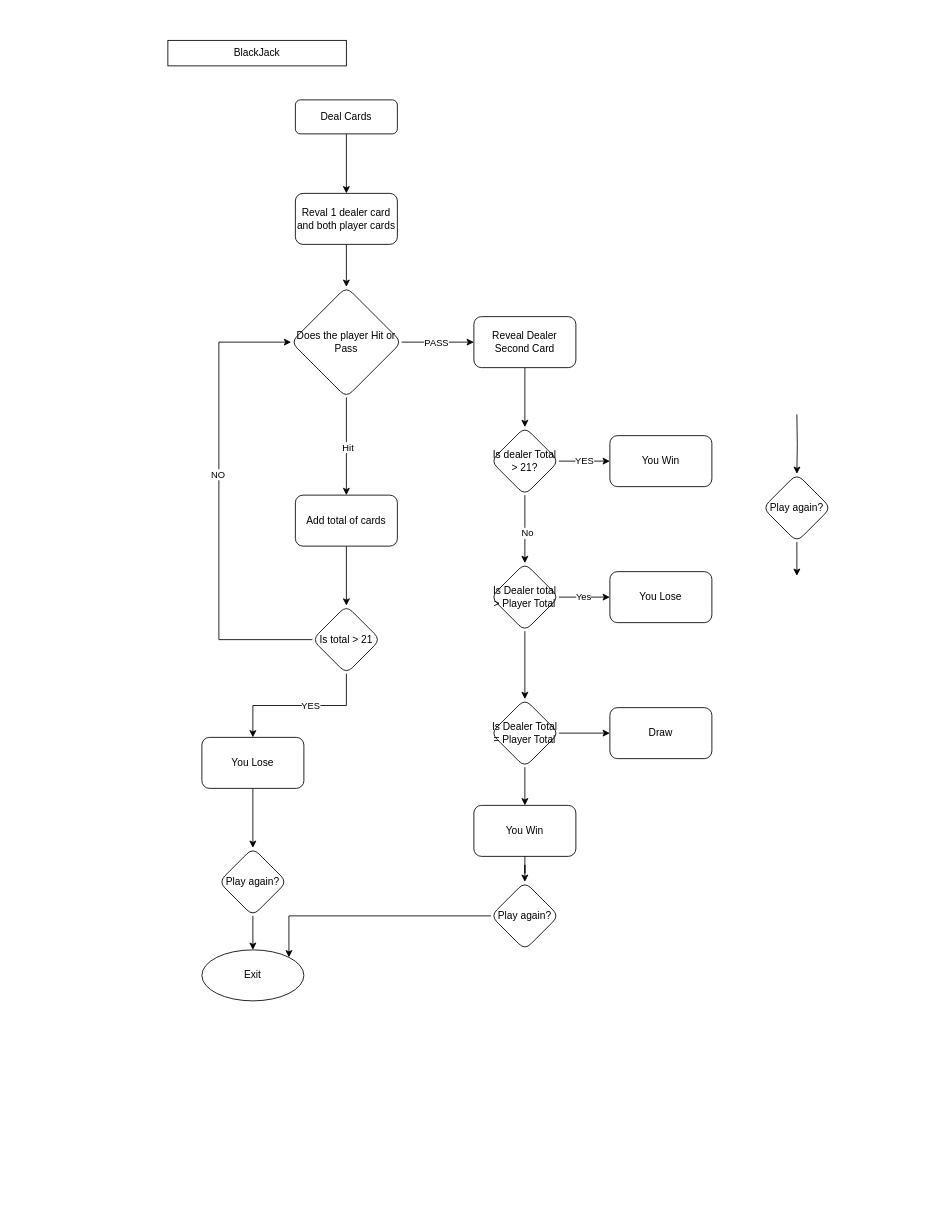
Before: Untitled Diagram.drawio in andoski99/andoski99, a draw.io diagram. Source tidied: cells renumbered, new cells numbered last; positions are measured from the earlier drawing's top-left corner, leaving out a move shared by most shapes. Both pictures are drawn from the tidied source at 85%, with x=0, y=0 at pixel (167, 40).
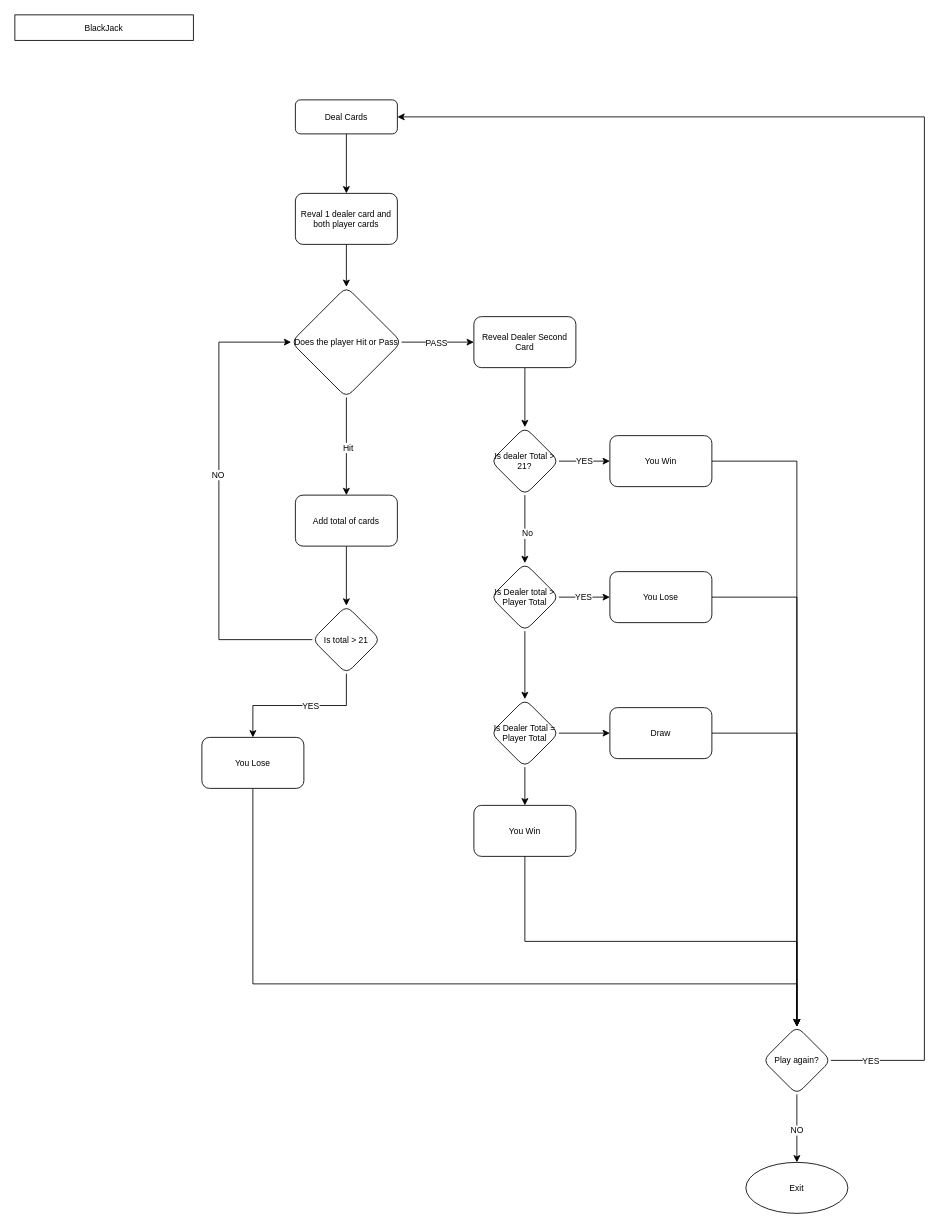
Above is the later version.

What changed in the source:
```diff
@@
-    <mxCell id="2" style="edgeStyle=orthogonalEdgeStyle;rounded=0;jettySize=auto;html=1;" parent="1" edge="1" source="3" target="6">
+    <mxCell id="2" style="edgeStyle=orthogonalEdgeStyle;rounded=0;jettySize=auto;html=1;fontSize=10;" parent="1" edge="1" source="3" target="6">
       <mxGeometry relative="1" as="geometry" />
     </mxCell>
-    <mxCell id="3" value="Deal Cards" style="rounded=1;whiteSpace=wrap;html=1;fontSize=12;glass=0;strokeWidth=1;shadow=0;" parent="1" vertex="1">
+    <mxCell id="3" value="Deal Cards" style="rounded=1;whiteSpace=wrap;html=1;fontSize=10;glass=0;strokeWidth=1;shadow=0;" parent="1" vertex="1">
       <mxGeometry x="150" y="70" width="120" height="40" as="geometry" />
     </mxCell>
-    <mxCell id="4" value="BlackJack" style="rounded=0;whiteSpace=wrap;html=1;" parent="1" vertex="1">
-      <mxGeometry width="210" height="30" as="geometry" />
+    <mxCell id="4" value="BlackJack" style="rounded=0;whiteSpace=wrap;html=1;fontSize=10;" parent="1" vertex="1">
+      <mxGeometry x="-180" y="-30" width="210" height="30" as="geometry" />
     </mxCell>
-    <mxCell id="5" style="edgeStyle=orthogonalEdgeStyle;rounded=0;jettySize=auto;html=1;" parent="1" edge="1" source="6" target="11">
+    <mxCell id="5" style="edgeStyle=orthogonalEdgeStyle;rounded=0;jettySize=auto;html=1;fontSize=10;" parent="1" edge="1" source="6" target="11">
       <mxGeometry relative="1" as="geometry" />
     </mxCell>
-    <mxCell id="6" value="Reval 1 dealer card and both player cards" style="whiteSpace=wrap;html=1;rounded=1;glass=0;strokeWidth=1;shadow=0;" parent="1" vertex="1">
+    <mxCell id="6" value="Reval 1 dealer card and both player cards" style="whiteSpace=wrap;html=1;rounded=1;glass=0;strokeWidth=1;shadow=0;fontSize=10;" parent="1" vertex="1">
       <mxGeometry x="150" y="180" width="120" height="60" as="geometry" />
     </mxCell>
-    <mxCell id="7" style="edgeStyle=orthogonalEdgeStyle;rounded=0;jettySize=auto;html=1;" parent="1" edge="1" source="11" target="13">
+    <mxCell id="7" style="edgeStyle=orthogonalEdgeStyle;rounded=0;jettySize=auto;html=1;fontSize=10;" parent="1" edge="1" source="11" target="13">
       <mxGeometry relative="1" as="geometry" />
     </mxCell>
-    <mxCell id="8" value="Hit" style="edgeLabel;html=1;align=center;verticalAlign=middle;" parent="7" vertex="1">
+    <mxCell id="8" value="Hit" style="edgeLabel;html=1;align=center;verticalAlign=middle;fontSize=10;" parent="7" vertex="1">
       <mxGeometry x="0.01" y="1" relative="1" as="geometry" />
     </mxCell>
-    <mxCell id="9" style="edgeStyle=orthogonalEdgeStyle;rounded=0;jettySize=auto;html=1;" parent="1" edge="1" source="11" target="22">
+    <mxCell id="9" style="edgeStyle=orthogonalEdgeStyle;rounded=0;jettySize=auto;html=1;fontSize=10;" parent="1" edge="1" source="11" target="22">
       <mxGeometry relative="1" as="geometry" />
     </mxCell>
-    <mxCell id="10" value="PASS" style="edgeLabel;html=1;align=center;verticalAlign=middle;" parent="9" vertex="1">
+    <mxCell id="10" value="PASS" style="edgeLabel;html=1;align=center;verticalAlign=middle;fontSize=10;" parent="9" vertex="1">
       <mxGeometry x="-0.05" relative="1" as="geometry" />
     </mxCell>
-    <mxCell id="11" value="Does the player Hit or Pass" style="rhombus;whiteSpace=wrap;html=1;rounded=1;glass=0;strokeWidth=1;shadow=0;" parent="1" vertex="1">
+    <mxCell id="11" value="&lt;font style=&quot;font-size: 10px;&quot;&gt;Does the player Hit or Pass&lt;/font&gt;" style="rhombus;whiteSpace=wrap;html=1;rounded=1;glass=0;strokeWidth=1;shadow=0;fontSize=10;" parent="1" vertex="1">
       <mxGeometry x="145" y="290" width="130" height="130" as="geometry" />
     </mxCell>
-    <mxCell id="12" style="edgeStyle=orthogonalEdgeStyle;rounded=0;jettySize=auto;html=1;" parent="1" edge="1" source="13" target="18">
+    <mxCell id="12" style="edgeStyle=orthogonalEdgeStyle;rounded=0;jettySize=auto;html=1;fontSize=10;" parent="1" edge="1" source="13" target="18">
       <mxGeometry relative="1" as="geometry" />
     </mxCell>
-    <mxCell id="13" value="Add total of cards" style="whiteSpace=wrap;html=1;rounded=1;glass=0;strokeWidth=1;shadow=0;" parent="1" vertex="1">
+    <mxCell id="13" value="&lt;font style=&quot;font-size: 10px;&quot;&gt;Add total of cards&lt;/font&gt;" style="whiteSpace=wrap;html=1;rounded=1;glass=0;strokeWidth=1;shadow=0;fontSize=10;" parent="1" vertex="1">
       <mxGeometry x="150" y="535" width="120" height="60" as="geometry" />
     </mxCell>
-    <mxCell id="14" style="edgeStyle=orthogonalEdgeStyle;rounded=0;jettySize=auto;html=1;exitX=0.5;exitY=1;exitDx=0;exitDy=0;" parent="1" edge="1" source="18" target="20">
+    <mxCell id="14" style="edgeStyle=orthogonalEdgeStyle;rounded=0;jettySize=auto;html=1;exitX=0.5;exitY=1;exitDx=0;exitDy=0;fontSize=10;" parent="1" edge="1" source="18" target="20">
       <mxGeometry relative="1" as="geometry" />
     </mxCell>
-    <mxCell id="15" value="YES" style="edgeLabel;html=1;align=center;verticalAlign=middle;" parent="14" vertex="1">
+    <mxCell id="15" value="YES" style="edgeLabel;html=1;align=center;verticalAlign=middle;fontSize=10;" parent="14" vertex="1">
       <mxGeometry x="-0.13" relative="1" as="geometry" />
     </mxCell>
-    <mxCell id="16" style="edgeStyle=orthogonalEdgeStyle;rounded=0;jettySize=auto;html=1;entryX=0;entryY=0.5;entryDx=0;entryDy=0;exitX=0;exitY=0.5;exitDx=0;exitDy=0;" parent="1" edge="1" source="18" target="11">
+    <mxCell id="16" style="edgeStyle=orthogonalEdgeStyle;rounded=0;jettySize=auto;html=1;entryX=0;entryY=0.5;entryDx=0;entryDy=0;exitX=0;exitY=0.5;exitDx=0;exitDy=0;fontSize=10;" parent="1" edge="1" source="18" target="11">
       <mxGeometry relative="1" as="geometry">
         <Array as="points">
           <mxPoint x="60" y="705" />
           <mxPoint x="60" y="355" />
         </Array>
       </mxGeometry>
     </mxCell>
-    <mxCell id="17" value="NO" style="edgeLabel;html=1;align=center;verticalAlign=middle;" parent="16" vertex="1">
+    <mxCell id="17" value="NO" style="edgeLabel;html=1;align=center;verticalAlign=middle;fontSize=10;" parent="16" vertex="1">
       <mxGeometry x="-0.15" y="2" relative="1" as="geometry">
         <mxPoint y="-73" as="offset" />
       </mxGeometry>
     </mxCell>
-    <mxCell id="18" value="Is total &amp;gt; 21" style="rhombus;whiteSpace=wrap;html=1;rounded=1;glass=0;strokeWidth=1;shadow=0;" parent="1" vertex="1">
+    <mxCell id="18" value="Is total &amp;gt; 21" style="rhombus;whiteSpace=wrap;html=1;rounded=1;glass=0;strokeWidth=1;shadow=0;fontSize=10;" parent="1" vertex="1">
       <mxGeometry x="170" y="665" width="80" height="80" as="geometry" />
     </mxCell>
-    <mxCell id="19" style="edgeStyle=orthogonalEdgeStyle;rounded=0;jettySize=auto;html=1;" parent="1" edge="1" source="20" target="39">
-      <mxGeometry relative="1" as="geometry" />
+    <mxCell id="19" style="edgeStyle=orthogonalEdgeStyle;rounded=0;jettySize=auto;html=1;entryX=0.5;entryY=0;entryDx=0;entryDy=0;fontSize=10;" parent="1" edge="1" source="20" target="46">
+      <mxGeometry relative="1" as="geometry">
+        <Array as="points">
+          <mxPoint x="100" y="1110" />
+          <mxPoint x="740" y="1110" />
+        </Array>
+      </mxGeometry>
     </mxCell>
-    <mxCell id="20" value="You Lose" style="whiteSpace=wrap;html=1;rounded=1;glass=0;strokeWidth=1;shadow=0;" parent="1" vertex="1">
+    <mxCell id="20" value="You Lose" style="whiteSpace=wrap;html=1;rounded=1;glass=0;strokeWidth=1;shadow=0;fontSize=10;" parent="1" vertex="1">
       <mxGeometry x="40" y="820" width="120" height="60" as="geometry" />
     </mxCell>
-    <mxCell id="21" style="edgeStyle=orthogonalEdgeStyle;rounded=0;jettySize=auto;html=1;" parent="1" edge="1" source="22" target="26">
+    <mxCell id="21" style="edgeStyle=orthogonalEdgeStyle;rounded=0;jettySize=auto;html=1;fontSize=10;" parent="1" edge="1" source="22" target="26">
       <mxGeometry relative="1" as="geometry" />
     </mxCell>
-    <mxCell id="22" value="Reveal Dealer Second Card" style="whiteSpace=wrap;html=1;rounded=1;glass=0;strokeWidth=1;shadow=0;" parent="1" vertex="1">
+    <mxCell id="22" value="Reveal Dealer Second Card" style="whiteSpace=wrap;html=1;rounded=1;glass=0;strokeWidth=1;shadow=0;fontSize=10;" parent="1" vertex="1">
       <mxGeometry x="360" y="325" width="120" height="60" as="geometry" />
     </mxCell>
-    <mxCell id="23" style="edgeStyle=orthogonalEdgeStyle;rounded=0;jettySize=auto;html=1;" parent="1" edge="1" source="26" target="30">
+    <mxCell id="23" style="edgeStyle=orthogonalEdgeStyle;rounded=0;jettySize=auto;html=1;fontSize=10;" parent="1" edge="1" source="26" target="30">
       <mxGeometry relative="1" as="geometry" />
     </mxCell>
-    <mxCell id="24" value="No" style="edgeLabel;html=1;align=center;verticalAlign=middle;" parent="23" vertex="1">
+    <mxCell id="24" value="No" style="edgeLabel;html=1;align=center;verticalAlign=middle;fontSize=10;" parent="23" vertex="1">
       <mxGeometry x="0.11" y="2" relative="1" as="geometry" />
     </mxCell>
-    <mxCell id="25" value="YES" style="edgeStyle=orthogonalEdgeStyle;rounded=0;jettySize=auto;html=1;" parent="1" edge="1" source="26" target="31">
+    <mxCell id="25" value="YES" style="edgeStyle=orthogonalEdgeStyle;rounded=0;jettySize=auto;html=1;fontSize=10;" parent="1" edge="1" source="26" target="31">
       <mxGeometry relative="1" as="geometry" />
     </mxCell>
-    <mxCell id="26" value="Is dealer Total &amp;gt; 21?" style="rhombus;whiteSpace=wrap;html=1;rounded=1;glass=0;strokeWidth=1;shadow=0;" parent="1" vertex="1">
+    <mxCell id="26" value="&lt;font style=&quot;font-size: 10px;&quot;&gt;Is dealer Total &amp;gt; 21?&lt;/font&gt;" style="rhombus;whiteSpace=wrap;html=1;rounded=1;glass=0;strokeWidth=1;shadow=0;fontSize=10;" parent="1" vertex="1">
       <mxGeometry x="380" y="455" width="80" height="80" as="geometry" />
     </mxCell>
-    <mxCell id="27" style="edgeStyle=orthogonalEdgeStyle;rounded=0;jettySize=auto;html=1;" parent="1" edge="1" source="30" target="32">
+    <mxCell id="27" style="edgeStyle=orthogonalEdgeStyle;rounded=0;jettySize=auto;html=1;fontSize=10;" parent="1" edge="1" source="30" target="32">
       <mxGeometry relative="1" as="geometry" />
     </mxCell>
-    <mxCell id="28" value="Yes" style="edgeLabel;html=1;align=center;verticalAlign=middle;" parent="27" vertex="1">
+    <mxCell id="28" value="YES" style="edgeLabel;html=1;align=center;verticalAlign=middle;fontSize=10;" parent="27" vertex="1">
       <mxGeometry x="-0.07" y="1" relative="1" as="geometry" />
     </mxCell>
-    <mxCell id="29" style="edgeStyle=orthogonalEdgeStyle;rounded=0;jettySize=auto;html=1;" parent="1" edge="1" source="30" target="35">
+    <mxCell id="29" style="edgeStyle=orthogonalEdgeStyle;rounded=0;jettySize=auto;html=1;fontSize=10;" parent="1" edge="1" source="30" target="35">
       <mxGeometry relative="1" as="geometry" />
     </mxCell>
-    <mxCell id="30" value="Is Dealer total &amp;gt; Player Total" style="rhombus;whiteSpace=wrap;html=1;rounded=1;glass=0;strokeWidth=1;shadow=0;" parent="1" vertex="1">
+    <mxCell id="30" value="&lt;font style=&quot;font-size: 10px;&quot;&gt;Is Dealer total &amp;gt; Player Total&lt;/font&gt;" style="rhombus;whiteSpace=wrap;html=1;rounded=1;glass=0;strokeWidth=1;shadow=0;fontSize=10;" parent="1" vertex="1">
       <mxGeometry x="380" y="615" width="80" height="80" as="geometry" />
     </mxCell>
-    <mxCell id="31" value="You Win" style="whiteSpace=wrap;html=1;rounded=1;glass=0;strokeWidth=1;shadow=0;" parent="1" vertex="1">
+    <mxCell id="31" value="You Win" style="whiteSpace=wrap;html=1;rounded=1;glass=0;strokeWidth=1;shadow=0;fontSize=10;" parent="1" vertex="1">
       <mxGeometry x="520" y="465" width="120" height="60" as="geometry" />
     </mxCell>
+    <mxCell id="47" style="edgeStyle=orthogonalEdgeStyle;rounded=0;jettySize=auto;html=1;entryX=0.5;entryY=0;entryDx=0;entryDy=0;fontSize=10;" parent="1" edge="1" source="32" target="46">
+      <mxGeometry relative="1" as="geometry" />
+    </mxCell>
-    <mxCell id="32" value="You Lose" style="whiteSpace=wrap;html=1;rounded=1;glass=0;strokeWidth=1;shadow=0;" parent="1" vertex="1">
+    <mxCell id="32" value="You Lose" style="whiteSpace=wrap;html=1;rounded=1;glass=0;strokeWidth=1;shadow=0;fontSize=10;" parent="1" vertex="1">
       <mxGeometry x="520" y="625" width="120" height="60" as="geometry" />
     </mxCell>
-    <mxCell id="33" style="edgeStyle=orthogonalEdgeStyle;rounded=0;jettySize=auto;html=1;" parent="1" edge="1" source="35" target="36">
+    <mxCell id="33" style="edgeStyle=orthogonalEdgeStyle;rounded=0;jettySize=auto;html=1;fontSize=10;" parent="1" edge="1" source="35" target="36">
       <mxGeometry relative="1" as="geometry" />
     </mxCell>
-    <mxCell id="34" style="edgeStyle=orthogonalEdgeStyle;rounded=0;jettySize=auto;html=1;" parent="1" edge="1" source="35" target="37">
+    <mxCell id="34" style="edgeStyle=orthogonalEdgeStyle;rounded=0;jettySize=auto;html=1;fontSize=10;" parent="1" edge="1" source="35" target="37">
       <mxGeometry relative="1" as="geometry" />
     </mxCell>
-    <mxCell id="35" value="Is Dealer Total = Player Total" style="rhombus;whiteSpace=wrap;html=1;rounded=1;glass=0;strokeWidth=1;shadow=0;" parent="1" vertex="1">
+    <mxCell id="35" value="&lt;font style=&quot;font-size: 10px;&quot;&gt;Is Dealer Total = Player Total&lt;/font&gt;" style="rhombus;whiteSpace=wrap;html=1;rounded=1;glass=0;strokeWidth=1;shadow=0;fontSize=10;" parent="1" vertex="1">
       <mxGeometry x="380" y="775" width="80" height="80" as="geometry" />
     </mxCell>
+    <mxCell id="48" style="edgeStyle=orthogonalEdgeStyle;rounded=0;jettySize=auto;html=1;entryX=0.5;entryY=0;entryDx=0;entryDy=0;fontSize=10;" parent="1" edge="1" source="36" target="46">
+      <mxGeometry relative="1" as="geometry" />
+    </mxCell>
-    <mxCell id="36" value="Draw" style="whiteSpace=wrap;html=1;rounded=1;glass=0;strokeWidth=1;shadow=0;" parent="1" vertex="1">
+    <mxCell id="36" value="Draw" style="whiteSpace=wrap;html=1;rounded=1;glass=0;strokeWidth=1;shadow=0;fontSize=10;" parent="1" vertex="1">
       <mxGeometry x="520" y="785" width="120" height="60" as="geometry" />
     </mxCell>
-    <mxCell id="37" value="You Win" style="whiteSpace=wrap;html=1;rounded=1;glass=0;strokeWidth=1;shadow=0;" parent="1" vertex="1">
+    <mxCell id="37" value="You Win" style="whiteSpace=wrap;html=1;rounded=1;glass=0;strokeWidth=1;shadow=0;fontSize=10;" parent="1" vertex="1">
       <mxGeometry x="360" y="900" width="120" height="60" as="geometry" />
     </mxCell>
-    <mxCell id="38" style="edgeStyle=orthogonalEdgeStyle;rounded=0;jettySize=auto;html=1;" parent="1" edge="1" source="39" target="40">
-      <mxGeometry relative="1" as="geometry" />
-    </mxCell>
-    <mxCell id="39" value="Play again?" style="rhombus;whiteSpace=wrap;html=1;rounded=1;glass=0;strokeWidth=1;shadow=0;" parent="1" vertex="1">
-      <mxGeometry x="60" y="950" width="80" height="80" as="geometry" />
-    </mxCell>
+    <mxCell id="49" style="edgeStyle=orthogonalEdgeStyle;rounded=0;jettySize=auto;html=1;entryX=1;entryY=0.5;entryDx=0;entryDy=0;fontSize=10;exitX=1;exitY=0.5;exitDx=0;exitDy=0;" parent="1" edge="1" source="46" target="3">
+      <mxGeometry relative="1" as="geometry">
+        <Array as="points">
+          <mxPoint x="890" y="1200" />
+          <mxPoint x="890" y="90" />
+        </Array>
+      </mxGeometry>
+    </mxCell>
+    <mxCell id="50" value="YES" style="edgeLabel;html=1;align=center;verticalAlign=middle;fontSize=10;" parent="49" vertex="1">
+      <mxGeometry x="-0.95" y="-4" relative="1" as="geometry">
+        <mxPoint y="-4" as="offset" />
+      </mxGeometry>
+    </mxCell>
-    <mxCell id="40" value="Exit" style="ellipse;whiteSpace=wrap;html=1;rounded=1;glass=0;strokeWidth=1;shadow=0;" parent="1" vertex="1">
-      <mxGeometry x="40" y="1070" width="120" height="60" as="geometry" />
+    <mxCell id="40" value="Exit" style="ellipse;whiteSpace=wrap;html=1;rounded=1;glass=0;strokeWidth=1;shadow=0;fontSize=10;" parent="1" vertex="1">
+      <mxGeometry x="680" y="1320" width="120" height="60" as="geometry" />
     </mxCell>
-    <mxCell id="41" style="edgeStyle=orthogonalEdgeStyle;rounded=0;jettySize=auto;html=1;exitX=0.5;exitY=1;exitDx=0;exitDy=0;" parent="1" edge="1" source="37" target="43">
+    <mxCell id="41" style="edgeStyle=orthogonalEdgeStyle;rounded=0;jettySize=auto;html=1;exitX=0.5;exitY=1;exitDx=0;exitDy=0;fontSize=10;" parent="1" edge="1" source="37" target="46">
       <mxGeometry relative="1" as="geometry" />
     </mxCell>
-    <mxCell id="42" style="edgeStyle=orthogonalEdgeStyle;rounded=0;jettySize=auto;html=1;entryX=1;entryY=0;entryDx=0;entryDy=0;" parent="1" edge="1" source="43" target="40">
-      <mxGeometry relative="1" as="geometry">
-        <Array as="points">
-          <mxPoint x="142" y="1030" />
-          <mxPoint x="142" y="1079" />
-        </Array>
-      </mxGeometry>
-    </mxCell>
-    <mxCell id="43" value="Play again?" style="rhombus;whiteSpace=wrap;html=1;rounded=1;glass=0;strokeWidth=1;shadow=0;" parent="1" vertex="1">
-      <mxGeometry x="380" y="990" width="80" height="80" as="geometry" />
-    </mxCell>
-    <mxCell id="44" style="edgeStyle=orthogonalEdgeStyle;rounded=0;jettySize=auto;html=1;" parent="1" edge="1" target="46">
-      <mxGeometry relative="1" as="geometry">
-        <mxPoint x="740" y="440" as="sourcePoint" />
-      </mxGeometry>
+    <mxCell id="44" style="edgeStyle=orthogonalEdgeStyle;rounded=0;jettySize=auto;html=1;exitX=1;exitY=0.5;exitDx=0;exitDy=0;fontSize=10;" parent="1" edge="1" source="31" target="46">
+      <mxGeometry relative="1" as="geometry" />
     </mxCell>
-    <mxCell id="45" style="edgeStyle=orthogonalEdgeStyle;rounded=0;jettySize=auto;html=1;" parent="1" edge="1" source="46">
-      <mxGeometry relative="1" as="geometry">
-        <mxPoint x="740" y="630" as="targetPoint" />
-      </mxGeometry>
-    </mxCell>
+    <mxCell id="51" style="edgeStyle=orthogonalEdgeStyle;rounded=0;jettySize=auto;html=1;exitX=0.5;exitY=1;exitDx=0;exitDy=0;entryX=0.5;entryY=0;entryDx=0;entryDy=0;fontSize=10;" parent="1" edge="1" source="46" target="40">
+      <mxGeometry relative="1" as="geometry" />
+    </mxCell>
+    <mxCell id="52" value="NO" style="edgeLabel;html=1;align=center;verticalAlign=middle;fontSize=10;" parent="51" vertex="1">
+      <mxGeometry x="0.02" y="-1" relative="1" as="geometry" />
+    </mxCell>
-    <mxCell id="46" value="Play again?" style="rhombus;whiteSpace=wrap;html=1;rounded=1;glass=0;strokeWidth=1;shadow=0;" parent="1" vertex="1">
-      <mxGeometry x="700" y="510" width="80" height="80" as="geometry" />
+    <mxCell id="46" value="Play again?" style="rhombus;whiteSpace=wrap;html=1;rounded=1;glass=0;strokeWidth=1;shadow=0;fontSize=10;" parent="1" vertex="1">
+      <mxGeometry x="700" y="1160" width="80" height="80" as="geometry" />
     </mxCell>
```
